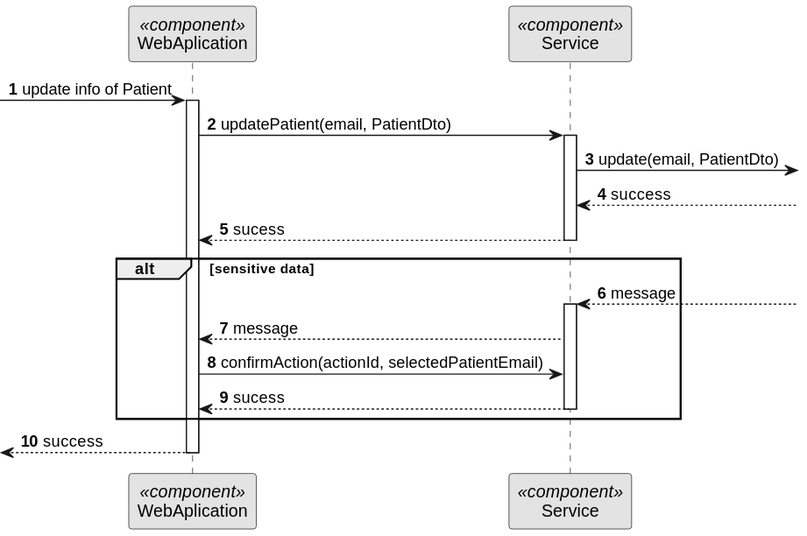
The PlantUML diagram docs/BackofficeModule/6.2.2/sequence-diagram-3.svg in Ana-Miguel-Silva/SurgicalAppointmentAndResourceManagement, before a commit.
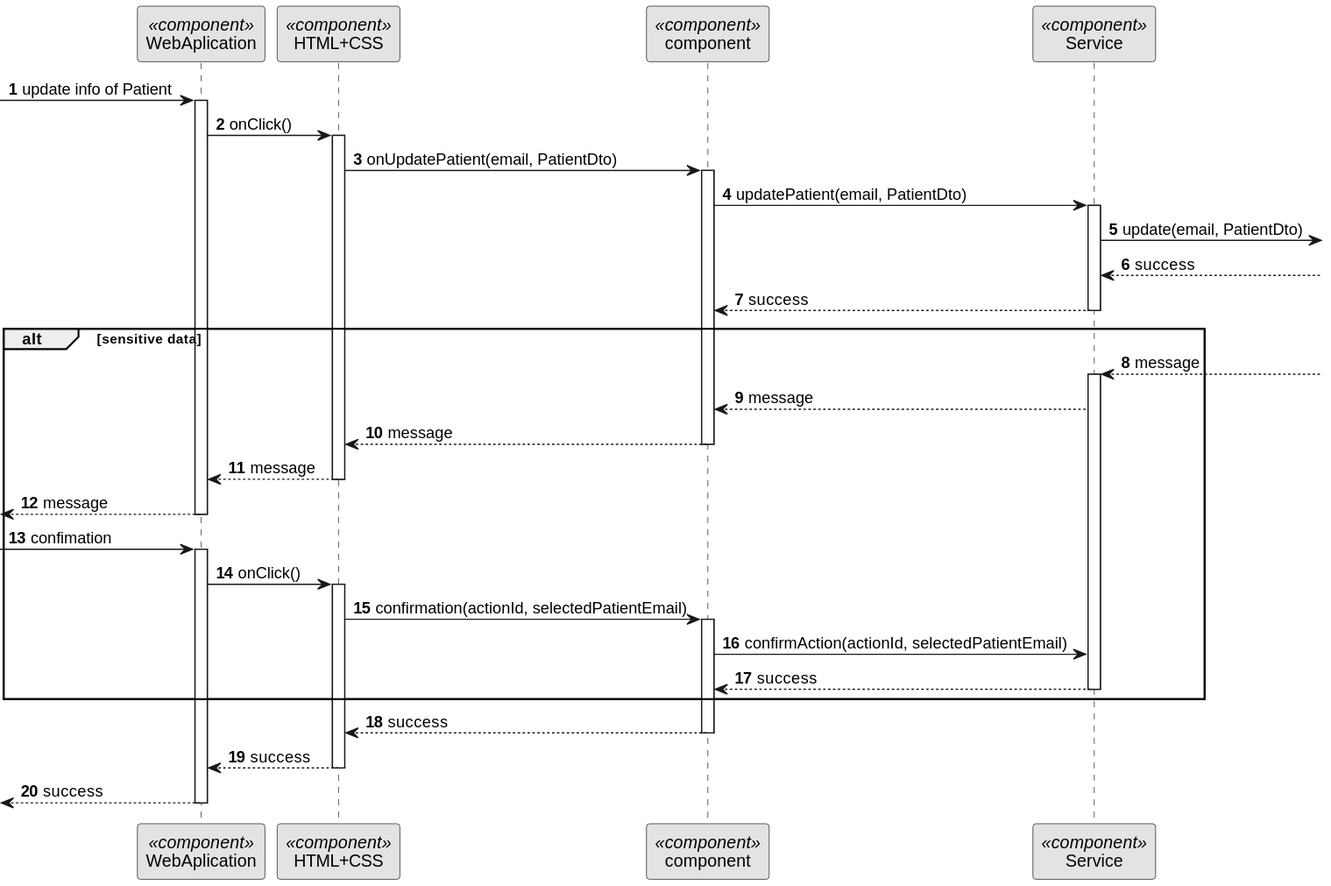
Above is the later version.

What changed in the source:
```diff
@@ -6,19 +6,27 @@
 autonumber
 
 participant "WebAplication" as FE <<component>>
+participant "HTML+CSS" as HT <<component>>
+participant "component" as CM <<component>>
 participant "Service" as SERV <<component>>
 
 
 
 -> FE : update info of Patient
 activate FE
-FE -> SERV : updatePatient(email, PatientDto)
+
+ FE -> HT : onClick()
+ activate HT
+
+ HT -> CM : onUpdatePatient(email, PatientDto)
+activate CM
+CM -> SERV : updatePatient(email, PatientDto)
 activate SERV
 SERV ->: update(email, PatientDto)
 
 SERV <-- : success
 
-SERV --> FE : sucess
+SERV --> CM : success
 
 deactivate SERV
 
@@ -26,17 +34,47 @@
 SERV <-- : message
 activate SERV
 
-SERV --> FE : message
+SERV --> CM : message
 
-FE -> SERV : confirmAction(actionId, selectedPatientEmail)
 
-SERV --> FE : sucess
+CM --> HT : message
+deactivate CM
+
+HT -->FE : message
+
+deactivate HT
+
+<-- FE : message
+
+deactivate FE
+
+-> FE : confimation
+activate FE
+
+FE -> HT : onClick()
+activate HT
+
+
+HT -> CM : confirmation(actionId, selectedPatientEmail)
+activate CM
+
+CM -> SERV : confirmAction(actionId, selectedPatientEmail)
+
+SERV --> CM : success
 
 deactivate SERV
 end alt
 
 deactivate SERV
+CM --> HT: success
+
+deactivate CM
+
+HT --> FE : success
+deactivate HT
+
 <-- FE : success
+
 
 deactivate FE
 @enduml
```
